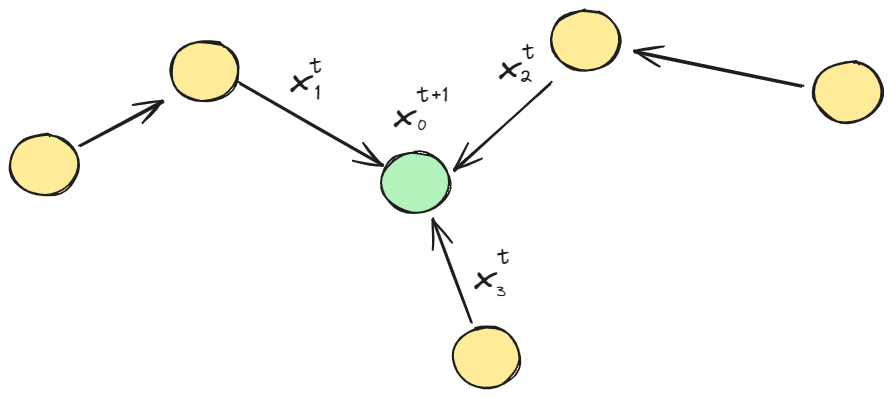
The Excalidraw diagram diplom/assets/math/discrete/iterative.excalidraw.png in NMashalov/EducationGenerativeModelApplication, before a commit. Source tidied: one line per element, renumbered; positions are measured from the earlier drawing's top-left corner, leaving out a move shared by most shapes.
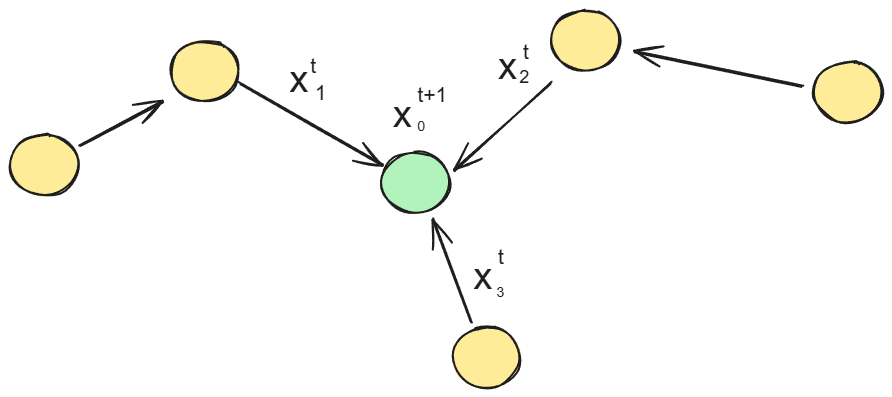
After the change.

The edit, as a diff of the source:
```diff
@@ -5,19 +5,19 @@
 {"id": 4, "type": "arrow", "strokeColor": "#1e1e1e", "strokeWidth": 2, "roughness": 1, "endArrowhead": "arrow", "round": true, "to": 1, "x": 541, "y": 72, "width": 97, "height": 88, "points": [[0, 0], [-97, 88]]}
 {"id": 5, "type": "arrow", "strokeColor": "#1e1e1e", "strokeWidth": 2, "roughness": 1, "endArrowhead": "arrow", "round": true, "from": 6, "to": 1, "x": 461, "y": 312, "width": 39, "height": 103, "points": [[0, 0], [-39, -103]]}
 {"id": 6, "type": "ellipse", "strokeColor": "#1e1e1e", "backgroundColor": "#ffec99", "fillStyle": "solid", "strokeWidth": 2, "roughness": 1, "round": true, "x": 442, "y": 317, "width": 68, "height": 61}
-{"id": 7, "type": "text", "text": "x", "strokeColor": "#1e1e1e", "backgroundColor": "#b2f2bb", "fillStyle": "solid", "strokeWidth": 2, "roughness": 1, "fontSize": 37.79, "fontFamily": 1, "x": 279, "y": 47, "width": 21, "height": 47}
+{"id": 7, "type": "text", "text": "x", "strokeColor": "#1e1e1e", "backgroundColor": "#b2f2bb", "fillStyle": "solid", "strokeWidth": 2, "roughness": 1, "fontSize": 37.79, "fontFamily": 2, "x": 279, "y": 47, "width": 19, "height": 43}
-{"id": 8, "type": "text", "text": "x", "strokeColor": "#1e1e1e", "backgroundColor": "#b2f2bb", "fillStyle": "solid", "strokeWidth": 2, "roughness": 1, "fontSize": 37.79, "fontFamily": 1, "x": 488, "y": 34, "width": 21, "height": 47}
+{"id": 8, "type": "text", "text": "x", "strokeColor": "#1e1e1e", "backgroundColor": "#b2f2bb", "fillStyle": "solid", "strokeWidth": 2, "roughness": 1, "fontSize": 37.79, "fontFamily": 2, "x": 488, "y": 34, "width": 19, "height": 43}
-{"id": 9, "type": "text", "text": "x", "strokeColor": "#1e1e1e", "backgroundColor": "#b2f2bb", "fillStyle": "solid", "strokeWidth": 2, "roughness": 1, "fontSize": 37.79, "fontFamily": 1, "x": 463, "y": 244, "width": 21, "height": 47}
+{"id": 9, "type": "text", "text": "x", "strokeColor": "#1e1e1e", "backgroundColor": "#b2f2bb", "fillStyle": "solid", "strokeWidth": 2, "roughness": 1, "fontSize": 37.79, "fontFamily": 2, "x": 463, "y": 244, "width": 19, "height": 43}
-{"id": 10, "type": "text", "text": "1", "strokeColor": "#1e1e1e", "backgroundColor": "#b2f2bb", "fillStyle": "solid", "strokeWidth": 2, "roughness": 1, "fontSize": 20.99, "fontFamily": 1, "x": 305, "y": 71, "width": 6, "height": 26}
+{"id": 10, "type": "text", "text": "1", "strokeColor": "#1e1e1e", "backgroundColor": "#b2f2bb", "fillStyle": "solid", "strokeWidth": 2, "roughness": 1, "fontSize": 20.99, "fontFamily": 2, "x": 305, "y": 71, "width": 12, "height": 24}
-{"id": 11, "type": "text", "text": "2", "strokeColor": "#1e1e1e", "backgroundColor": "#b2f2bb", "fillStyle": "solid", "strokeWidth": 2, "roughness": 1, "fontSize": 17.79, "fontFamily": 1, "x": 509, "y": 57, "width": 13, "height": 22}
+{"id": 11, "type": "text", "text": "2", "strokeColor": "#1e1e1e", "backgroundColor": "#b2f2bb", "fillStyle": "solid", "strokeWidth": 2, "roughness": 1, "fontSize": 17.79, "fontFamily": 2, "x": 509, "y": 57, "width": 10, "height": 20}
-{"id": 12, "type": "text", "text": "3", "strokeColor": "#1e1e1e", "backgroundColor": "#b2f2bb", "fillStyle": "solid", "strokeWidth": 2, "roughness": 1, "fontSize": 13.79, "fontFamily": 1, "x": 486, "y": 274, "width": 9, "height": 17}
+{"id": 12, "type": "text", "text": "3", "strokeColor": "#1e1e1e", "backgroundColor": "#b2f2bb", "fillStyle": "solid", "strokeWidth": 2, "roughness": 1, "fontSize": 13.79, "fontFamily": 2, "x": 486, "y": 274, "width": 8, "height": 16}
 {"id": 13, "type": "ellipse", "strokeColor": "#1e1e1e", "backgroundColor": "#ffec99", "fillStyle": "solid", "strokeWidth": 2, "roughness": 1, "round": true, "x": 0, "y": 125, "width": 68, "height": 61}
 {"id": 14, "type": "arrow", "strokeColor": "#1e1e1e", "backgroundColor": "#b2f2bb", "fillStyle": "solid", "strokeWidth": 2, "roughness": 1, "endArrowhead": "arrow", "round": true, "from": 13, "x": 71, "y": 135, "width": 82, "height": 44, "points": [[0, 0], [82, -44]]}
 {"id": 15, "type": "ellipse", "strokeColor": "#1e1e1e", "backgroundColor": "#ffec99", "fillStyle": "solid", "strokeWidth": 2, "roughness": 1, "round": true, "x": 804, "y": 52, "width": 68, "height": 61}
 {"id": 16, "type": "arrow", "strokeColor": "#1e1e1e", "backgroundColor": "#b2f2bb", "fillStyle": "solid", "strokeWidth": 2, "roughness": 1, "endArrowhead": "arrow", "round": true, "from": 15, "to": 2, "x": 792, "y": 77, "width": 168, "height": 36, "points": [[0, 0], [-168, -36]]}
-{"id": 17, "type": "text", "text": "t", "strokeColor": "#1e1e1e", "backgroundColor": "#b2f2bb", "fillStyle": "solid", "strokeWidth": 2, "roughness": 1, "fontSize": 20.99, "fontFamily": 1, "x": 300, "y": 44, "width": 12, "height": 26}
+{"id": 17, "type": "text", "text": "t", "strokeColor": "#1e1e1e", "backgroundColor": "#b2f2bb", "fillStyle": "solid", "strokeWidth": 2, "roughness": 1, "fontSize": 20.99, "fontFamily": 2, "x": 300, "y": 44, "width": 6, "height": 24}
-{"id": 18, "type": "text", "text": "t", "strokeColor": "#1e1e1e", "backgroundColor": "#b2f2bb", "fillStyle": "solid", "strokeWidth": 2, "roughness": 1, "fontSize": 20.99, "fontFamily": 1, "x": 513, "y": 30, "width": 12, "height": 26}
+{"id": 18, "type": "text", "text": "t", "strokeColor": "#1e1e1e", "backgroundColor": "#b2f2bb", "fillStyle": "solid", "strokeWidth": 2, "roughness": 1, "fontSize": 20.99, "fontFamily": 2, "x": 513, "y": 30, "width": 6, "height": 24}
-{"id": 19, "type": "text", "text": "t", "strokeColor": "#1e1e1e", "backgroundColor": "#b2f2bb", "fillStyle": "solid", "strokeWidth": 2, "roughness": 1, "fontSize": 20.99, "fontFamily": 1, "x": 488, "y": 235, "width": 12, "height": 26}
+{"id": 19, "type": "text", "text": "t", "strokeColor": "#1e1e1e", "backgroundColor": "#b2f2bb", "fillStyle": "solid", "strokeWidth": 2, "roughness": 1, "fontSize": 20.99, "fontFamily": 2, "x": 488, "y": 235, "width": 6, "height": 24}
-{"id": 20, "type": "text", "text": "x", "strokeColor": "#1e1e1e", "backgroundColor": "#b2f2bb", "fillStyle": "solid", "strokeWidth": 2, "roughness": 1, "fontSize": 37.79, "fontFamily": 1, "x": 383, "y": 82, "width": 21, "height": 47}
+{"id": 20, "type": "text", "text": "x", "strokeColor": "#1e1e1e", "backgroundColor": "#b2f2bb", "fillStyle": "solid", "strokeWidth": 2, "roughness": 1, "fontSize": 37.79, "fontFamily": 2, "x": 383, "y": 82, "width": 19, "height": 43}
-{"id": 21, "type": "text", "text": "0", "strokeColor": "#1e1e1e", "backgroundColor": "#b2f2bb", "fillStyle": "solid", "strokeWidth": 2, "roughness": 1, "fontSize": 13.79, "fontFamily": 1, "x": 407, "y": 108, "width": 9, "height": 17}
+{"id": 21, "type": "text", "text": "0", "strokeColor": "#1e1e1e", "backgroundColor": "#b2f2bb", "fillStyle": "solid", "strokeWidth": 2, "roughness": 1, "fontSize": 13.79, "fontFamily": 2, "x": 407, "y": 108, "width": 8, "height": 16}
-{"id": 22, "type": "text", "text": "t+1", "strokeColor": "#1e1e1e", "backgroundColor": "#b2f2bb", "fillStyle": "solid", "strokeWidth": 2, "roughness": 1, "fontSize": 20.99, "fontFamily": 1, "x": 408, "y": 73, "width": 31, "height": 26}
+{"id": 22, "type": "text", "text": "t+1", "strokeColor": "#1e1e1e", "backgroundColor": "#b2f2bb", "fillStyle": "solid", "strokeWidth": 2, "roughness": 1, "fontSize": 20.99, "fontFamily": 2, "x": 408, "y": 73, "width": 30, "height": 24}
```
